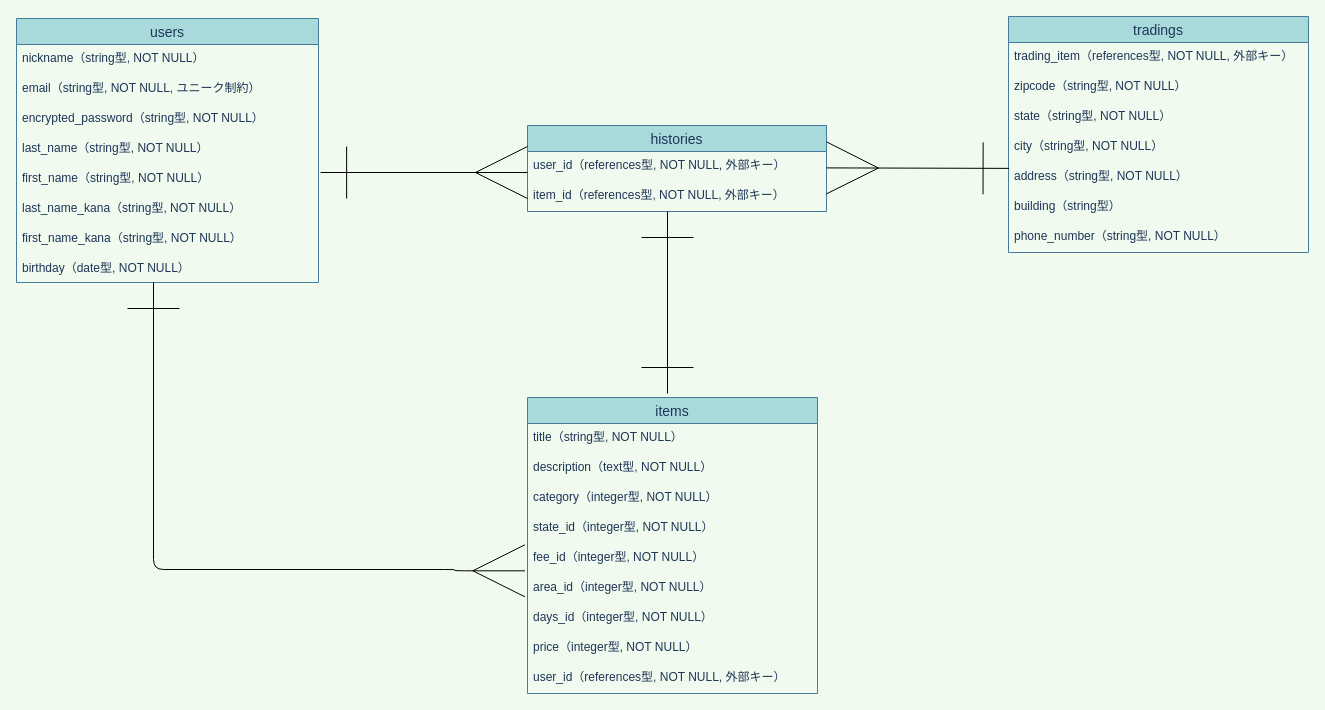
Above: config/ER.dio in fe3524/furima-36476 (draw.io), before the change. Source tidied: cells renumbered, new cells numbered last; positions are measured from the earlier drawing's top-left corner, leaving out a move shared by most shapes. Both pictures are drawn from the tidied source at 100%, with x=0, y=0 at pixel (16, 16).
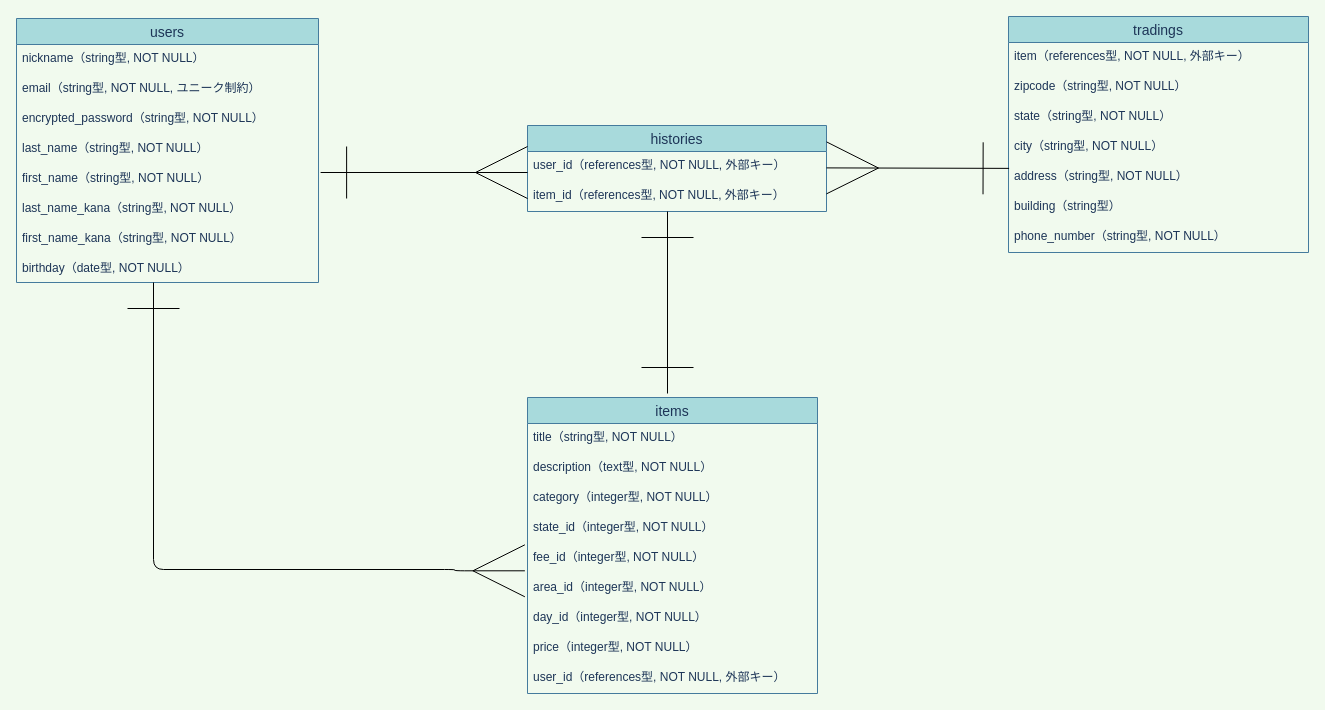
After the change.

Commit message (it also covers changes not shown here):
Revert "ER図／READMEの修正②"

This reverts commit 72c36b6de298e845d4a56700ba762f0d4a05d877.

Unchanged cells that the change refers to:
```xml
<mxCell id="11" value="items" style="swimlane;fontStyle=0;horizontal=1;startSize=26;align=center;fontSize=14;rounded=0;sketch=0;fillColor=#A8DADC;strokeColor=#457B9D;fontColor=#1D3557;" parent="1" vertex="1">
  <mxGeometry x="511" y="381" width="290" height="296" as="geometry" />
</mxCell>
<mxCell id="21" value="tradings" style="swimlane;fontStyle=0;horizontal=1;startSize=26;align=center;fontSize=14;rounded=0;sketch=0;fillColor=#A8DADC;strokeColor=#457B9D;fontColor=#1D3557;" parent="1" vertex="1">
  <mxGeometry x="992" width="300" height="236" as="geometry" />
</mxCell>
```

The edit, as a diff of the source:
```diff
@@
-    <mxCell id="18" value="days_id（integer型, NOT NULL）" style="text;strokeColor=none;fillColor=none;spacingLeft=4;spacingRight=4;overflow=hidden;fontSize=12;fontColor=#1D3557;" parent="11" vertex="1">
+    <mxCell id="18" value="day_id（integer型, NOT NULL）" style="text;strokeColor=none;fillColor=none;spacingLeft=4;spacingRight=4;overflow=hidden;fontSize=12;fontColor=#1D3557;" parent="11" vertex="1">
       <mxGeometry y="206" width="290" height="30" as="geometry" />
     </mxCell>
@@
-    <mxCell id="22" value="trading_item（references型, NOT NULL, 外部キー）" style="text;strokeColor=none;fillColor=none;spacingLeft=4;spacingRight=4;overflow=hidden;fontSize=12;fontColor=#1D3557;" parent="21" vertex="1">
+    <mxCell id="22" value="item（references型, NOT NULL, 外部キー）" style="text;strokeColor=none;fillColor=none;spacingLeft=4;spacingRight=4;overflow=hidden;fontSize=12;fontColor=#1D3557;" parent="21" vertex="1">
       <mxGeometry y="26" width="300" height="30" as="geometry" />
     </mxCell>
```
